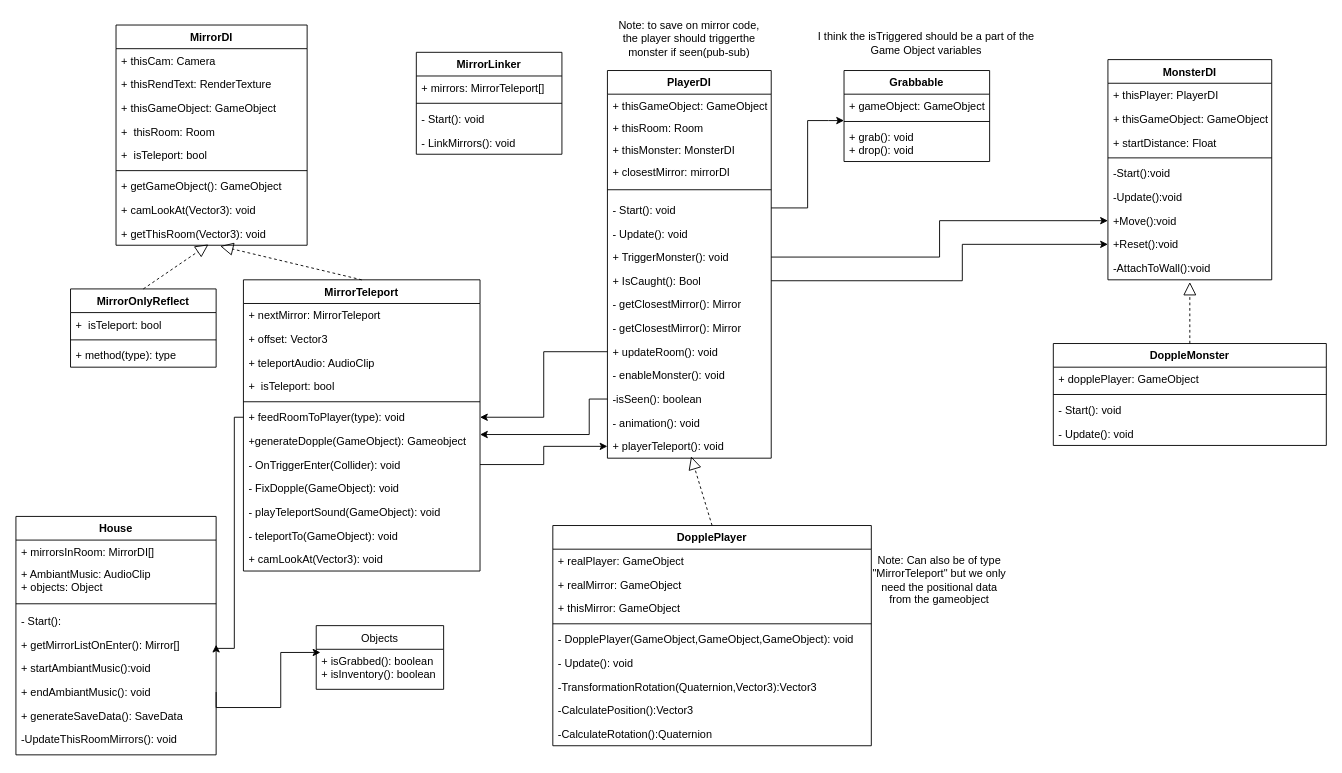
Before: mirrorClasses.drawio in birdboiboi/No_Longer_Human, a draw.io diagram. Source tidied: cells renumbered, new cells numbered last; positions are measured from the earlier drawing's top-left corner, leaving out a move shared by most shapes. Both pictures are drawn from the tidied source at 91%, with x=0, y=0 at pixel (15, 15).
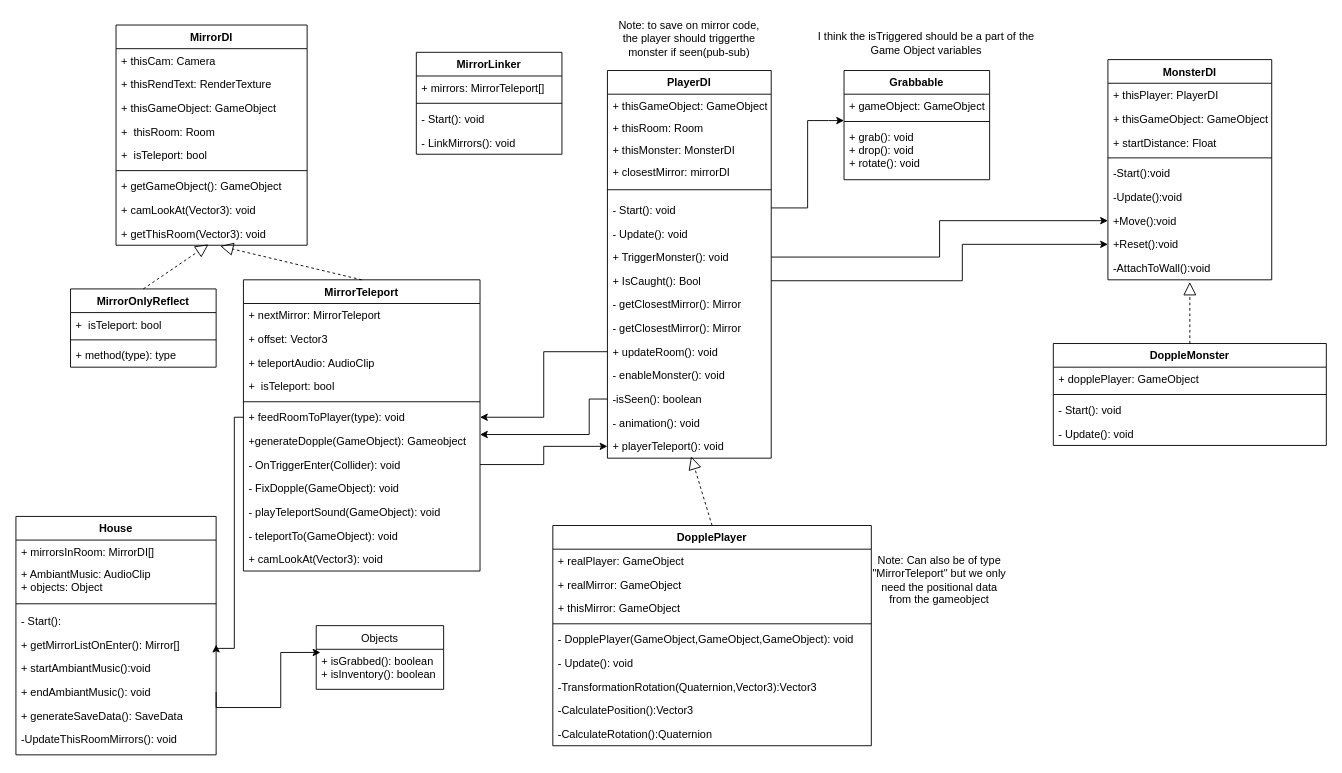
The same page after the edit.

Commit message:
added rotate for grabbable in drawio

Change to the diagram source:
```diff
@@
     <mxCell id="98" value="Grabbable" style="swimlane;fontStyle=1;align=center;verticalAlign=top;horizontal=1;startSize=26;" parent="1" vertex="1">
-      <mxGeometry x="910" y="60" width="160" height="100" as="geometry" />
+      <mxGeometry x="910" y="60" width="160" height="120" as="geometry" />
     </mxCell>
@@
-    <mxCell id="101" value="+ grab(): void&#10;+ drop(): void " style="text;strokeColor=none;fillColor=none;align=left;verticalAlign=top;spacingLeft=4;spacingRight=4;overflow=hidden;" parent="98" vertex="1">
-      <mxGeometry y="60" width="160" height="40" as="geometry" />
+    <mxCell id="101" value="+ grab(): void&#10;+ drop(): void &#10;+ rotate(): void" style="text;strokeColor=none;fillColor=none;align=left;verticalAlign=top;spacingLeft=4;spacingRight=4;overflow=hidden;" parent="98" vertex="1">
+      <mxGeometry y="60" width="160" height="60" as="geometry" />
     </mxCell>
```
